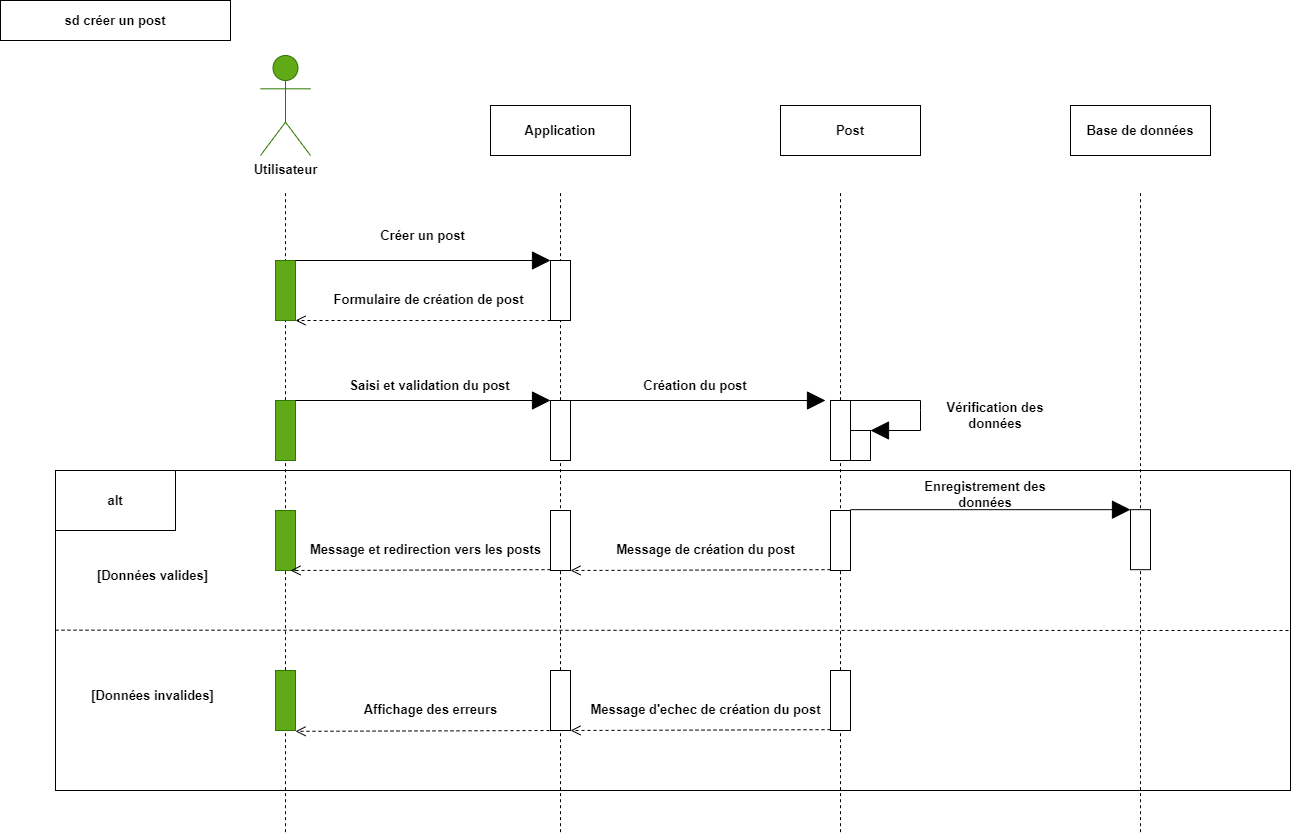
maxADev/Blog keeps this draw.io diagram as Diagrammes UML/Diagramme de sequence creer un post.png. Above is the earlier version. Source tidied: cells renumbered, new cells last; positions are measured from the earlier drawing's top-left corner, leaving out a move shared by most shapes.
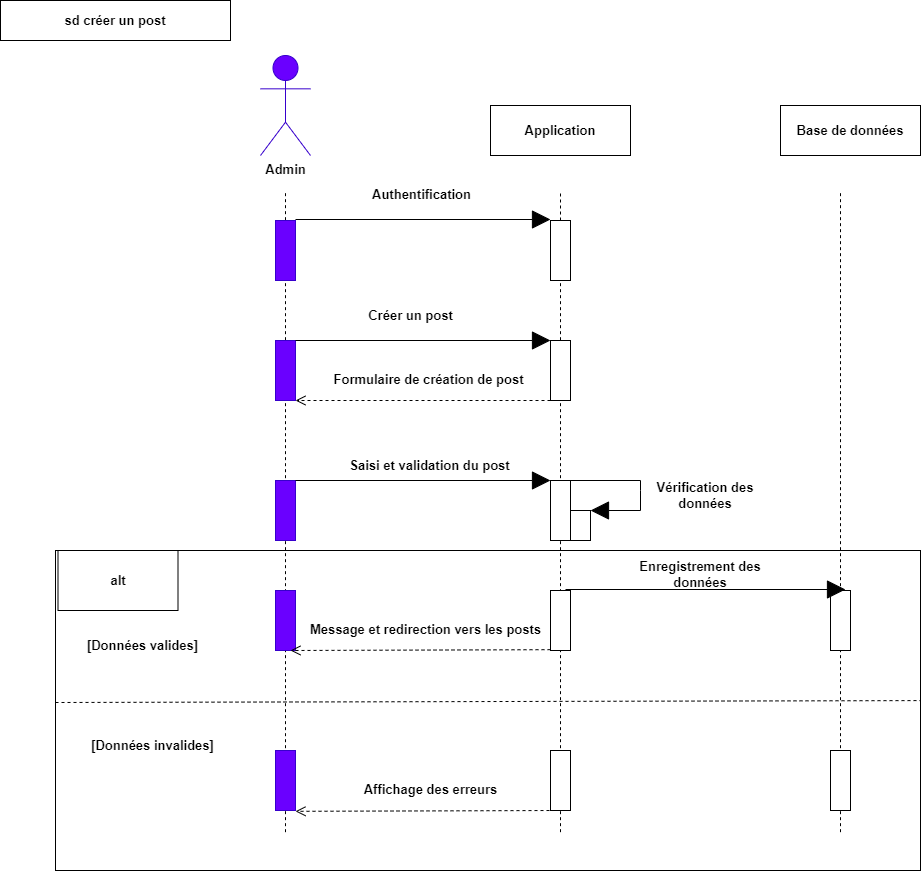
The same diagram one commit later.

Change to the diagram source:
```diff
@@ -2,48 +2,43 @@
   <root>
     <mxCell id="0" />
     <mxCell id="1" parent="0" />
-    <mxCell id="2" style="endArrow=none;dashed=1;html=1;rounded=0;" parent="1" edge="1">
-      <mxGeometry relative="1" as="geometry">
-        <mxPoint x="1140" y="831.7" as="sourcePoint" />
-        <mxPoint x="1140" y="190" as="targetPoint" />
-      </mxGeometry>
-    </mxCell>
+    <mxCell id="5" style="endArrow=none;dashed=1;html=1;rounded=0;" parent="1" edge="1">
+      <mxGeometry relative="1" as="geometry">
+        <mxPoint x="285" y="751.7" as="sourcePoint" />
+        <mxPoint x="285" y="110" as="targetPoint" />
+      </mxGeometry>
+    </mxCell>
+    <mxCell id="44" style="endArrow=none;dashed=1;html=1;rounded=0;" parent="1" edge="1" target="48">
+      <mxGeometry relative="1" as="geometry">
+        <mxPoint x="560" y="751.7" as="sourcePoint" />
+      </mxGeometry>
+    </mxCell>
     <mxCell id="3" style="endArrow=none;dashed=1;html=1;rounded=0;" parent="1" edge="1">
       <mxGeometry relative="1" as="geometry">
-        <mxPoint x="840" y="831.7" as="sourcePoint" />
-        <mxPoint x="840" y="190" as="targetPoint" />
+        <mxPoint x="840" y="751.7" as="sourcePoint" />
+        <mxPoint x="840" y="110" as="targetPoint" />
       </mxGeometry>
     </mxCell>
-    <mxCell id="4" style="endArrow=none;dashed=1;html=1;rounded=0;" parent="1" edge="1">
+    <mxCell id="4" style="endArrow=none;dashed=1;html=1;rounded=0;" parent="1" edge="1" source="48">
       <mxGeometry relative="1" as="geometry">
-        <mxPoint x="560" y="831.7" as="sourcePoint" />
-        <mxPoint x="560" y="190" as="targetPoint" />
+        <mxPoint x="560" y="110" as="targetPoint" />
       </mxGeometry>
     </mxCell>
-    <mxCell id="5" style="endArrow=none;dashed=1;html=1;rounded=0;" parent="1" edge="1">
-      <mxGeometry relative="1" as="geometry">
-        <mxPoint x="285" y="831.7" as="sourcePoint" />
-        <mxPoint x="285" y="190" as="targetPoint" />
-      </mxGeometry>
-    </mxCell>
     <mxCell id="6" value="sd créer un post" style="rounded=0;whiteSpace=wrap;html=1;fontSize=13;fontStyle=1;" parent="1" vertex="1">
-      <mxGeometry width="230" height="40" as="geometry" />
+      <mxGeometry y="-80" width="230" height="40" as="geometry" />
     </mxCell>
-    <mxCell id="7" value="&lt;font color=&quot;#000000&quot;&gt;Utilisateur&lt;/font&gt;" style="shape=umlActor;verticalLabelPosition=bottom;verticalAlign=top;html=1;fillColor=#60a917;fontColor=#ffffff;strokeColor=#2D7600;fontSize=13;fontStyle=1;" parent="1" vertex="1">
-      <mxGeometry x="260" y="55" width="50" height="100" as="geometry" />
+    <mxCell id="7" value="&lt;font color=&quot;#000000&quot;&gt;Admin&lt;/font&gt;" style="shape=umlActor;verticalLabelPosition=bottom;verticalAlign=top;html=1;fillColor=#6a00ff;fontColor=#ffffff;strokeColor=#3700CC;fontSize=13;fontStyle=1;" parent="1" vertex="1">
+      <mxGeometry x="260" y="-25" width="50" height="100" as="geometry" />
     </mxCell>
-    <mxCell id="8" style="rounded=0;whiteSpace=wrap;html=1;fontSize=13;fontStyle=1;fillColor=#60a917;fontColor=#ffffff;strokeColor=#2D7600;" parent="1" vertex="1">
+    <mxCell id="8" style="rounded=0;whiteSpace=wrap;html=1;fontSize=13;fontStyle=1;fillColor=#6a00ff;fontColor=#ffffff;strokeColor=#3700CC;" parent="1" vertex="1">
       <mxGeometry x="275" y="260" width="20" height="60" as="geometry" />
     </mxCell>
     <mxCell id="9" value="Application" style="html=1;whiteSpace=wrap;fontSize=13;fontStyle=1;" parent="1" vertex="1">
-      <mxGeometry x="490" y="105" width="140" height="50" as="geometry" />
+      <mxGeometry x="490" y="25" width="140" height="50" as="geometry" />
     </mxCell>
-    <mxCell id="10" value="Post" style="html=1;whiteSpace=wrap;fontSize=13;fontStyle=1;" parent="1" vertex="1">
-      <mxGeometry x="780" y="105" width="140" height="50" as="geometry" />
+    <mxCell id="10" value="Base de données" style="html=1;whiteSpace=wrap;fontSize=13;fontStyle=1;" parent="1" vertex="1">
+      <mxGeometry x="780" y="25" width="140" height="50" as="geometry" />
     </mxCell>
-    <mxCell id="11" value="Base de données" style="html=1;whiteSpace=wrap;fontSize=13;fontStyle=1;" parent="1" vertex="1">
-      <mxGeometry x="1070" y="105" width="140" height="50" as="geometry" />
-    </mxCell>
     <mxCell id="12" style="endArrow=block;endSize=16;endFill=1;html=1;rounded=0;entryX=0;entryY=0;entryDx=0;entryDy=0;fontSize=13;fontStyle=1;" parent="1" edge="1" target="13">
       <mxGeometry x="0.12" y="70" relative="1" as="geometry">
         <mxPoint x="295" y="260" as="sourcePoint" />
@@ -53,12 +48,12 @@
       <mxGeometry x="550" y="260" width="20" height="60" as="geometry" />
     </mxCell>
     <mxCell id="14" value="Créer un post" style="text;html=1;strokeColor=none;fillColor=none;align=center;verticalAlign=middle;whiteSpace=wrap;rounded=0;fontSize=13;fontStyle=1;" parent="1" vertex="1">
-      <mxGeometry x="360" y="220" width="125" height="30" as="geometry" />
+      <mxGeometry x="347.5" y="220" width="125" height="30" as="geometry" />
     </mxCell>
     <mxCell id="15" value="Formulaire de création de post" style="html=1;verticalAlign=bottom;endArrow=open;dashed=1;endSize=8;curved=0;rounded=0;exitX=0;exitY=1;exitDx=0;exitDy=0;fontSize=13;fontStyle=1;entryX=1;entryY=1;entryDx=0;entryDy=0;" parent="1" edge="1" source="13" target="8">
       <mxGeometry x="-0.04" y="-10" relative="1" as="geometry" />
     </mxCell>
-    <mxCell id="16" style="rounded=0;whiteSpace=wrap;html=1;fontSize=13;fontStyle=1;fillColor=#60a917;fontColor=#ffffff;strokeColor=#2D7600;" parent="1" vertex="1">
+    <mxCell id="16" style="rounded=0;whiteSpace=wrap;html=1;fontSize=13;fontStyle=1;fillColor=#6a00ff;fontColor=#ffffff;strokeColor=#3700CC;" parent="1" vertex="1">
       <mxGeometry x="275" y="400" width="20" height="60" as="geometry" />
     </mxCell>
     <mxCell id="17" style="endArrow=block;endSize=16;endFill=1;html=1;rounded=0;entryX=0;entryY=0;entryDx=0;entryDy=0;fontSize=13;fontStyle=1;" parent="1" edge="1">
@@ -73,60 +68,25 @@
     <mxCell id="19" value="Saisi et validation du post" style="text;html=1;strokeColor=none;fillColor=none;align=center;verticalAlign=middle;whiteSpace=wrap;rounded=0;fontSize=13;fontStyle=1;" parent="1" vertex="1">
       <mxGeometry x="347.5" y="370" width="162.5" height="30" as="geometry" />
     </mxCell>
-    <mxCell id="20" style="endArrow=block;endSize=16;endFill=1;html=1;rounded=0;entryX=0;entryY=0;entryDx=0;entryDy=0;fontSize=13;fontStyle=1;" parent="1" edge="1">
-      <mxGeometry x="0.12" y="70" relative="1" as="geometry">
-        <mxPoint x="570" y="400" as="sourcePoint" />
-        <mxPoint x="825" y="400" as="targetPoint" />
-      </mxGeometry>
-    </mxCell>
-    <mxCell id="21" style="rounded=0;whiteSpace=wrap;html=1;fontSize=13;fontStyle=1;" parent="1" vertex="1">
-      <mxGeometry x="830" y="400" width="20" height="60" as="geometry" />
-    </mxCell>
-    <mxCell id="22" value="Création du post" style="text;html=1;strokeColor=none;fillColor=none;align=center;verticalAlign=middle;whiteSpace=wrap;rounded=0;fontSize=13;fontStyle=1;" parent="1" vertex="1">
-      <mxGeometry x="620" y="370" width="150" height="30" as="geometry" />
-    </mxCell>
-    <mxCell id="23" style="rounded=0;whiteSpace=wrap;html=1;fontSize=13;fontStyle=1;" parent="1" vertex="1">
-      <mxGeometry x="850" y="430" width="20" height="30" as="geometry" />
-    </mxCell>
-    <mxCell id="24" style="endArrow=block;endSize=16;endFill=1;html=1;rounded=0;fontSize=13;fontStyle=1;entryX=1;entryY=0;entryDx=0;entryDy=0;" parent="1" edge="1" target="23">
-      <mxGeometry x="0.12" y="70" relative="1" as="geometry">
-        <mxPoint x="850" y="400" as="sourcePoint" />
-        <Array as="points">
-          <mxPoint x="920" y="400" />
-          <mxPoint x="920" y="410" />
-          <mxPoint x="920" y="430" />
-        </Array>
-      </mxGeometry>
-    </mxCell>
-    <mxCell id="25" value="Vérification des données" style="text;html=1;strokeColor=none;fillColor=none;align=center;verticalAlign=middle;whiteSpace=wrap;rounded=0;fontSize=13;fontStyle=1;" parent="1" vertex="1">
-      <mxGeometry x="920" y="400" width="150" height="30" as="geometry" />
-    </mxCell>
     <mxCell id="26" style="rounded=0;whiteSpace=wrap;html=1;fillColor=none;fontSize=13;fontStyle=1;" parent="1" vertex="1">
-      <mxGeometry x="55" y="470" width="1235" height="320" as="geometry" />
+      <mxGeometry x="55" y="470" width="865" height="320" as="geometry" />
     </mxCell>
     <mxCell id="27" style="rounded=0;whiteSpace=wrap;html=1;fontSize=13;fontStyle=1;" parent="1" vertex="1">
       <mxGeometry x="830" y="510" width="20" height="60" as="geometry" />
     </mxCell>
-    <mxCell id="28" style="rounded=0;whiteSpace=wrap;html=1;fontSize=13;fontStyle=1;" parent="1" vertex="1">
-      <mxGeometry x="1130" y="509.2" width="20" height="60" as="geometry" />
-    </mxCell>
-    <mxCell id="29" style="endArrow=block;endSize=16;endFill=1;html=1;rounded=0;entryX=0;entryY=0;entryDx=0;entryDy=0;fontSize=13;fontStyle=1;" parent="1" edge="1" target="28">
+    <mxCell id="29" style="endArrow=block;endSize=16;endFill=1;html=1;rounded=0;entryX=0;entryY=0;entryDx=0;entryDy=0;fontSize=13;fontStyle=1;" parent="1" edge="1">
       <mxGeometry x="0.12" y="70" relative="1" as="geometry">
-        <mxPoint x="850" y="509.2" as="sourcePoint" />
+        <mxPoint x="565" y="509" as="sourcePoint" />
+        <mxPoint x="845" y="509" as="targetPoint" />
       </mxGeometry>
     </mxCell>
     <mxCell id="30" value="Enregistrement des données" style="text;html=1;strokeColor=none;fillColor=none;align=center;verticalAlign=middle;whiteSpace=wrap;rounded=0;fontSize=13;fontStyle=1;" parent="1" vertex="1">
-      <mxGeometry x="900" y="479.2" width="170" height="30" as="geometry" />
+      <mxGeometry x="615" y="479" width="170" height="30" as="geometry" />
     </mxCell>
-    <mxCell id="31" value="Message de création du post" style="html=1;verticalAlign=bottom;endArrow=open;dashed=1;endSize=8;curved=0;rounded=0;exitX=0;exitY=1;exitDx=0;exitDy=0;fontSize=13;fontStyle=1;entryX=1;entryY=1;entryDx=0;entryDy=0;" parent="1" edge="1" target="32">
-      <mxGeometry x="-0.04" y="-10" relative="1" as="geometry">
-        <mxPoint x="830" y="569.2" as="sourcePoint" />
-      </mxGeometry>
-    </mxCell>
     <mxCell id="32" style="rounded=0;whiteSpace=wrap;html=1;fontSize=13;fontStyle=1;" parent="1" vertex="1">
       <mxGeometry x="550" y="510" width="20" height="60" as="geometry" />
     </mxCell>
-    <mxCell id="33" style="rounded=0;whiteSpace=wrap;html=1;fontSize=13;fontStyle=1;fillColor=#60a917;fontColor=#ffffff;strokeColor=#2D7600;" parent="1" vertex="1">
+    <mxCell id="33" style="rounded=0;whiteSpace=wrap;html=1;fontSize=13;fontStyle=1;fillColor=#6a00ff;fontColor=#ffffff;strokeColor=#3700CC;" parent="1" vertex="1">
       <mxGeometry x="275" y="510" width="20" height="60" as="geometry" />
     </mxCell>
     <mxCell id="34" value="Message et redirection vers les posts" style="html=1;verticalAlign=bottom;endArrow=open;dashed=1;endSize=8;curved=0;rounded=0;exitX=0;exitY=1;exitDx=0;exitDy=0;fontSize=13;fontStyle=1;entryX=1;entryY=1;entryDx=0;entryDy=0;" parent="1" edge="1">
@@ -136,14 +96,12 @@
       </mxGeometry>
     </mxCell>
     <mxCell id="35" value="alt" style="rounded=0;whiteSpace=wrap;html=1;fontSize=13;fontStyle=1;" parent="1" vertex="1">
-      <mxGeometry x="55" y="470" width="120" height="60" as="geometry" />
+      <mxGeometry x="57.5" y="470" width="120" height="60" as="geometry" />
     </mxCell>
-    <mxCell id="36" style="endArrow=none;dashed=1;html=1;rounded=0;entryX=1;entryY=0.5;entryDx=0;entryDy=0;fontSize=13;fontStyle=1;" parent="1" edge="1" target="26">
-      <mxGeometry relative="1" as="geometry">
-        <mxPoint x="55" y="629.7" as="sourcePoint" />
-      </mxGeometry>
+    <mxCell id="36" style="endArrow=none;dashed=1;html=1;rounded=0;entryX=1;entryY=0.469;entryDx=0;entryDy=0;fontSize=13;fontStyle=1;exitX=0;exitY=0.475;exitDx=0;exitDy=0;exitPerimeter=0;entryPerimeter=0;" parent="1" edge="1" source="26" target="26">
+      <mxGeometry relative="1" as="geometry" />
     </mxCell>
-    <mxCell id="37" style="rounded=0;whiteSpace=wrap;html=1;fontSize=13;fontStyle=1;fillColor=#60a917;fontColor=#ffffff;strokeColor=#2D7600;" parent="1" vertex="1">
+    <mxCell id="37" style="rounded=0;whiteSpace=wrap;html=1;fontSize=13;fontStyle=1;fillColor=#6a00ff;fontColor=#ffffff;strokeColor=#3700CC;" parent="1" vertex="1">
       <mxGeometry x="275" y="670" width="20" height="60" as="geometry" />
     </mxCell>
     <mxCell id="38" value="Affichage des erreurs" style="html=1;verticalAlign=bottom;endArrow=open;dashed=1;endSize=8;curved=0;rounded=0;exitX=0;exitY=1;exitDx=0;exitDy=0;fontSize=13;fontStyle=1;entryX=1;entryY=1;entryDx=0;entryDy=0;" parent="1" edge="1">
@@ -155,20 +113,45 @@
     <mxCell id="39" style="rounded=0;whiteSpace=wrap;html=1;fontSize=13;fontStyle=1;" parent="1" vertex="1">
       <mxGeometry x="550" y="670" width="20" height="60" as="geometry" />
     </mxCell>
-    <mxCell id="40" value="Message d'echec de création du post" style="html=1;verticalAlign=bottom;endArrow=open;dashed=1;endSize=8;curved=0;rounded=0;exitX=0;exitY=1;exitDx=0;exitDy=0;fontSize=13;fontStyle=1;entryX=1;entryY=1;entryDx=0;entryDy=0;" parent="1" edge="1">
-      <mxGeometry x="-0.04" y="-10" relative="1" as="geometry">
-        <mxPoint x="830" y="729.2" as="sourcePoint" />
-        <mxPoint x="570" y="730" as="targetPoint" />
-      </mxGeometry>
-    </mxCell>
     <mxCell id="41" style="rounded=0;whiteSpace=wrap;html=1;fontSize=13;fontStyle=1;" parent="1" vertex="1">
       <mxGeometry x="830" y="670" width="20" height="60" as="geometry" />
     </mxCell>
     <mxCell id="42" value="[Données valides]" style="text;html=1;strokeColor=none;fillColor=none;align=center;verticalAlign=middle;whiteSpace=wrap;rounded=0;fontSize=13;fontStyle=1;" parent="1" vertex="1">
-      <mxGeometry x="90" y="560" width="125" height="30" as="geometry" />
+      <mxGeometry x="80" y="550" width="125" height="30" as="geometry" />
     </mxCell>
     <mxCell id="43" value="[Données invalides]" style="text;html=1;strokeColor=none;fillColor=none;align=center;verticalAlign=middle;whiteSpace=wrap;rounded=0;fontSize=13;fontStyle=1;" parent="1" vertex="1">
-      <mxGeometry x="90" y="680" width="125" height="30" as="geometry" />
+      <mxGeometry x="90" y="650" width="125" height="30" as="geometry" />
     </mxCell>
+    <mxCell id="45" style="endArrow=block;endSize=16;endFill=1;html=1;rounded=0;fontSize=13;fontStyle=1;" parent="1" edge="1">
+      <mxGeometry x="0.12" y="70" relative="1" as="geometry">
+        <mxPoint x="295" y="139" as="sourcePoint" />
+        <mxPoint x="550" y="139" as="targetPoint" />
+      </mxGeometry>
+    </mxCell>
+    <mxCell id="46" value="Authentification" style="text;html=1;strokeColor=none;fillColor=none;align=center;verticalAlign=middle;whiteSpace=wrap;rounded=0;fontSize=13;fontStyle=1;" parent="1" vertex="1">
+      <mxGeometry x="340" y="99" width="162.5" height="30" as="geometry" />
+    </mxCell>
+    <mxCell id="47" style="rounded=0;whiteSpace=wrap;html=1;fontSize=13;fontStyle=1;fillColor=#6a00ff;fontColor=#ffffff;strokeColor=#3700CC;" parent="1" vertex="1">
+      <mxGeometry x="275" y="140" width="20" height="60" as="geometry" />
+    </mxCell>
+    <mxCell id="48" style="rounded=0;whiteSpace=wrap;html=1;fontSize=13;fontStyle=1;" parent="1" vertex="1">
+      <mxGeometry x="550" y="140" width="20" height="60" as="geometry" />
+    </mxCell>
+    <mxCell id="49" style="rounded=0;whiteSpace=wrap;html=1;fontSize=13;fontStyle=1;" parent="1" vertex="1">
+      <mxGeometry x="570" y="430" width="20" height="30" as="geometry" />
+    </mxCell>
+    <mxCell id="50" style="endArrow=block;endSize=16;endFill=1;html=1;rounded=0;fontSize=13;fontStyle=1;entryX=1;entryY=0;entryDx=0;entryDy=0;" parent="1" edge="1" target="49">
+      <mxGeometry x="0.12" y="70" relative="1" as="geometry">
+        <mxPoint x="570" y="400" as="sourcePoint" />
+        <Array as="points">
+          <mxPoint x="640" y="400" />
+          <mxPoint x="640" y="410" />
+          <mxPoint x="640" y="430" />
+        </Array>
+      </mxGeometry>
+    </mxCell>
+    <mxCell id="25" value="Vérification des données" style="text;html=1;strokeColor=none;fillColor=none;align=center;verticalAlign=middle;whiteSpace=wrap;rounded=0;fontSize=13;fontStyle=1;" parent="1" vertex="1">
+      <mxGeometry x="630" y="400" width="150" height="30" as="geometry" />
+    </mxCell>
   </root>
 </mxGraphModel>
```
